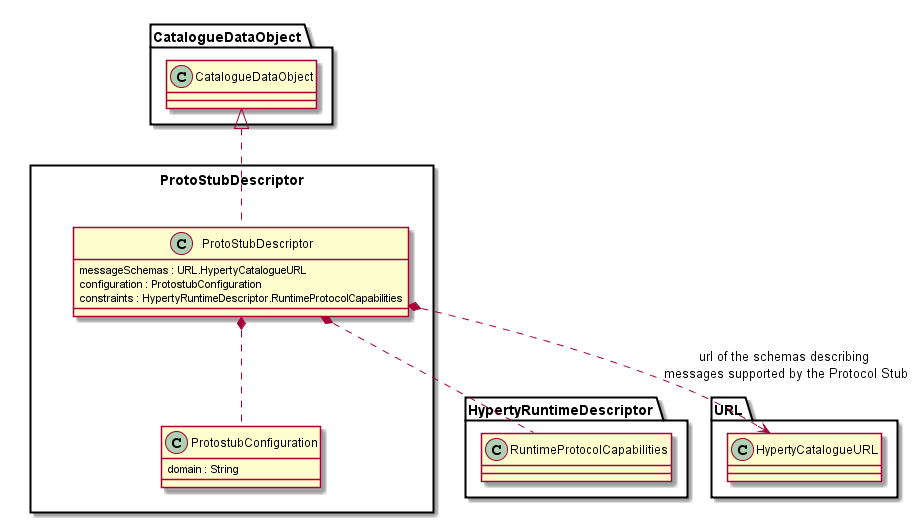
Before: docs/datamodel/Protostub-Descriptor-Data-Object-Model.png, a diagram exported from PlantUML (reTHINK-project/dev-service-framework).
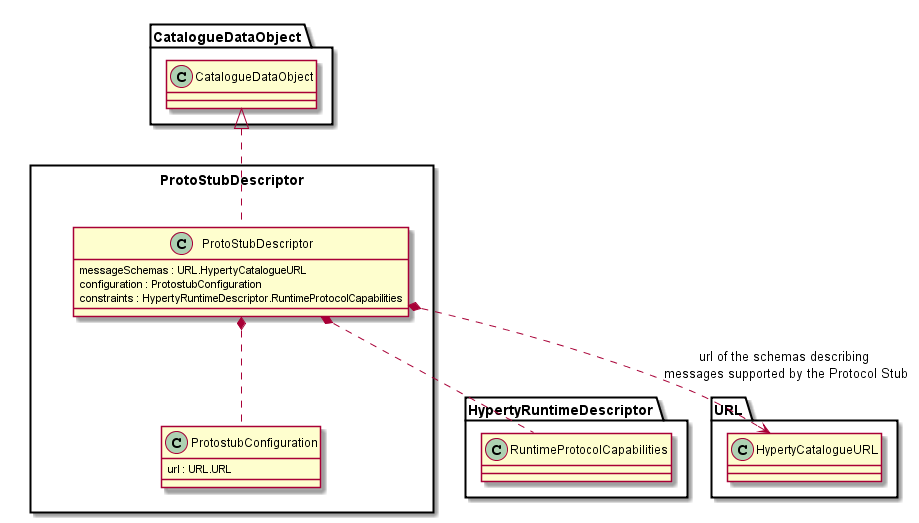
After the commit.

What changed in the source:
```diff
@@ -9,7 +9,7 @@
 	}
 
 	class ProtostubConfiguration {
-	domain : String
+	url : URL.URL
 	}
 
 	ProtoStubDescriptor .up.|> CatalogueDataObject.CatalogueDataObject
```
